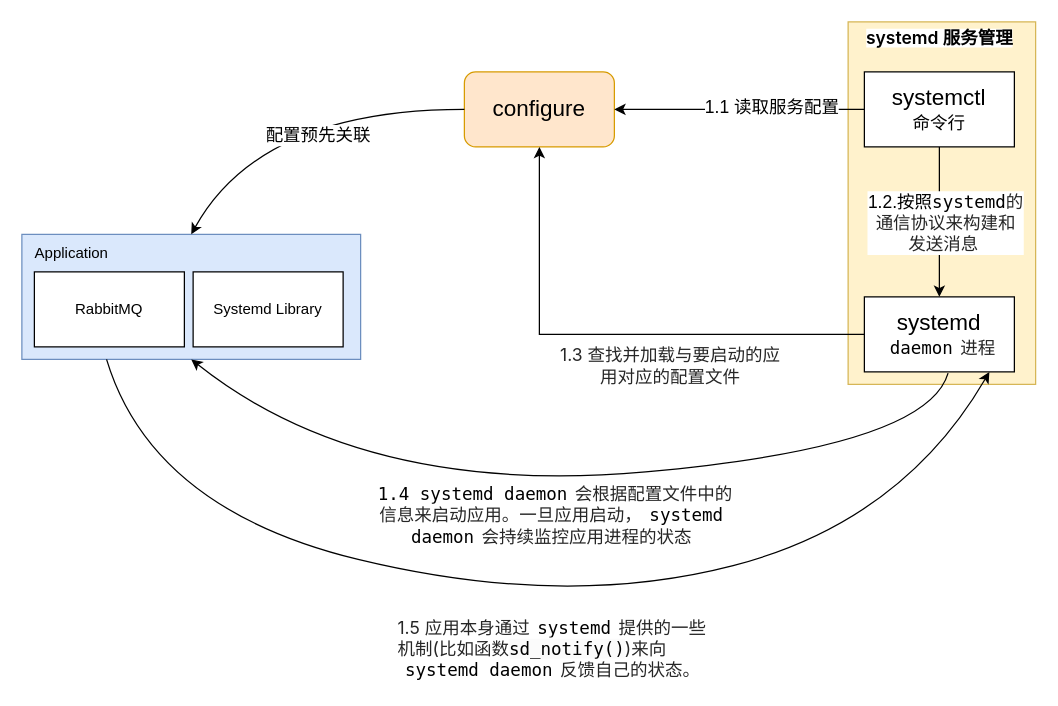
This is systemd.drawio from hzsunzixiang/draw.io, a draw.io file, before an edit. Source tidied: cells renumbered, new cells numbered last; positions are measured from the earlier drawing's top-left corner, leaving out a move shared by most shapes. Both pictures are drawn from the tidied source at 125%, with x=0, y=0 at pixel (21, 21).
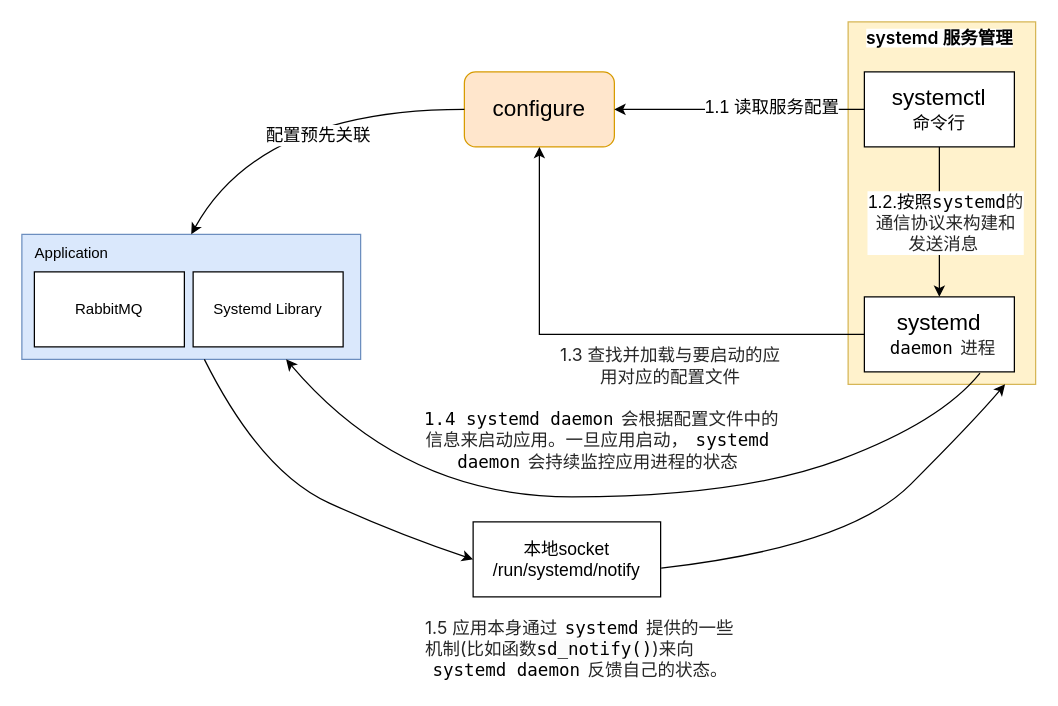
The same diagram, later.

The change refers to these unchanged cells:
```xml
<mxCell id="2" style="rounded=0;whiteSpace=wrap;html=1;fillColor=#fff2cc;strokeColor=#d6b656;" parent="1" vertex="1">
  <mxGeometry x="661" width="150" height="290" as="geometry" />
</mxCell>
<mxCell id="4" value="&lt;font style=&quot;font-size: 18px;&quot;&gt;systemd&lt;/font&gt;&lt;div&gt;&lt;font style=&quot;font-size: 14px;&quot;&gt;&lt;code style=&quot;-webkit-font-smoothing: antialiased; box-sizing: border-box; -webkit-tap-highlight-color: rgba(0, 0, 0, 0); background: var(--color-inline-code-background); border-radius: 4px; color: initial; margin: 0px 2px; font-family: Menlo, Monaco, Consolas, &amp;quot;Courier New&amp;quot;, monospace; padding: 2px 4px; overflow-anchor: auto; text-align: left;&quot;&gt;daemon&lt;/code&gt;&lt;span style=&quot;color: rgba(0, 0, 0, 0.85); font-family: Inter, -apple-system, &amp;quot;system-ui&amp;quot;, &amp;quot;Segoe UI&amp;quot;, &amp;quot;SF Pro SC&amp;quot;, &amp;quot;SF Pro Display&amp;quot;, &amp;quot;SF Pro Icons&amp;quot;, &amp;quot;PingFang SC&amp;quot;, &amp;quot;Hiragino Sans GB&amp;quot;, &amp;quot;Microsoft YaHei&amp;quot;, &amp;quot;Helvetica Neue&amp;quot;, Helvetica, Arial, sans-serif; text-align: left; background-color: rgb(255, 255, 255);&quot;&gt;进程&lt;/span&gt;&lt;/font&gt;&lt;/div&gt;" style="rounded=0;whiteSpace=wrap;html=1;" parent="1" vertex="1">
  <mxGeometry x="674" y="220" width="120" height="60" as="geometry" />
</mxCell>
<mxCell id="5" style="rounded=0;whiteSpace=wrap;html=1;fillColor=#dae8fc;strokeColor=#6c8ebf;" parent="1" vertex="1">
  <mxGeometry y="170" width="271" height="100" as="geometry" />
</mxCell>
```

The edit, as a diff of the source:
```diff
@@
     <mxCell id="15" value="&lt;font style=&quot;font-size: 14px;&quot;&gt;&lt;font style=&quot;&quot;&gt;&lt;font style=&quot;&quot;&gt;&lt;code style=&quot;-webkit-font-smoothing: antialiased; box-sizing: border-box; -webkit-tap-highlight-color: rgba(0, 0, 0, 0); background: var(--color-inline-code-background); border-radius: 4px; color: initial; margin: 0px 2px; font-family: Menlo, Monaco, Consolas, &amp;quot;Courier New&amp;quot;, monospace; padding: 2px 4px; overflow-anchor: auto; text-align: left;&quot;&gt;1.4 systemd daemon&lt;/code&gt;&lt;/font&gt;&lt;span style=&quot;color: rgba(0, 0, 0, 0.85); font-family: Inter, -apple-system, &amp;quot;system-ui&amp;quot;, &amp;quot;Segoe UI&amp;quot;, &amp;quot;SF Pro SC&amp;quot;, &amp;quot;SF Pro Display&amp;quot;, &amp;quot;SF Pro Icons&amp;quot;, &amp;quot;PingFang SC&amp;quot;, &amp;quot;Hiragino Sans GB&amp;quot;, &amp;quot;Microsoft YaHei&amp;quot;, &amp;quot;Helvetica Neue&amp;quot;, Helvetica, Arial, sans-serif; text-align: left; background-color: rgb(255, 255, 255);&quot;&gt;会根据配置文件中的信息来启动应用。&lt;/span&gt;&lt;/font&gt;&lt;span style=&quot;background-color: light-dark(rgb(255, 255, 255), rgb(18, 18, 18)); color: light-dark(rgba(0, 0, 0, 0.85), rgb(237, 237, 237)); font-family: Inter, -apple-system, &amp;quot;system-ui&amp;quot;, &amp;quot;Segoe UI&amp;quot;, &amp;quot;SF Pro SC&amp;quot;, &amp;quot;SF Pro Display&amp;quot;, &amp;quot;SF Pro Icons&amp;quot;, &amp;quot;PingFang SC&amp;quot;, &amp;quot;Hiragino Sans GB&amp;quot;, &amp;quot;Microsoft YaHei&amp;quot;, &amp;quot;Helvetica Neue&amp;quot;, Helvetica, Arial, sans-serif; text-align: left;&quot;&gt;一旦应用启动，&lt;/span&gt;&lt;code style=&quot;background: var(--color-inline-code-background); text-align: left; -webkit-font-smoothing: antialiased; box-sizing: border-box; -webkit-tap-highlight-color: rgba(0, 0, 0, 0); border-radius: 4px; color: initial; margin: 0px 2px; font-family: Menlo, Monaco, Consolas, &amp;quot;Courier New&amp;quot;, monospace; padding: 2px 4px; overflow-anchor: auto;&quot;&gt;systemd daemon&lt;/code&gt;&lt;span style=&quot;background-color: light-dark(rgb(255, 255, 255), rgb(18, 18, 18)); color: light-dark(rgba(0, 0, 0, 0.85), rgb(237, 237, 237)); font-family: Inter, -apple-system, &amp;quot;system-ui&amp;quot;, &amp;quot;Segoe UI&amp;quot;, &amp;quot;SF Pro SC&amp;quot;, &amp;quot;SF Pro Display&amp;quot;, &amp;quot;SF Pro Icons&amp;quot;, &amp;quot;PingFang SC&amp;quot;, &amp;quot;Hiragino Sans GB&amp;quot;, &amp;quot;Microsoft YaHei&amp;quot;, &amp;quot;Helvetica Neue&amp;quot;, Helvetica, Arial, sans-serif; text-align: left;&quot;&gt;会持续监控应用进程的状态&lt;/span&gt;&lt;/font&gt;" style="text;html=1;align=center;verticalAlign=middle;whiteSpace=wrap;rounded=0;" parent="1" vertex="1">
-      <mxGeometry x="274" y="360" width="300" height="70" as="geometry" />
+      <mxGeometry x="311" y="300" width="300" height="70" as="geometry" />
     </mxCell>
-    <mxCell id="16" style="curved=1;endArrow=classic;html=1;rounded=0;exitX=0.558;exitY=1.017;exitDx=0;exitDy=0;exitPerimeter=0;entryX=0.5;entryY=1;entryDx=0;entryDy=0;" parent="1" edge="1" source="4" target="5">
+    <mxCell id="16" style="curved=1;endArrow=classic;html=1;rounded=0;exitX=0.558;exitY=1.017;exitDx=0;exitDy=0;exitPerimeter=0;entryX=0.78;entryY=1;entryDx=0;entryDy=0;entryPerimeter=0;" parent="1" edge="1" target="5">
       <mxGeometry relative="1" as="geometry">
+        <mxPoint x="766.5" y="281" as="sourcePoint" />
         <Array as="points">
-          <mxPoint x="724" y="340" />
-          <mxPoint x="274" y="380" />
+          <mxPoint x="735" y="320" />
+          <mxPoint x="575" y="380" />
+          <mxPoint x="305" y="380" />
         </Array>
       </mxGeometry>
     </mxCell>
     <mxCell id="17" value="&lt;font style=&quot;font-size: 14px;&quot;&gt;&lt;span style=&quot;color: rgba(0, 0, 0, 0.85); font-family: Inter, -apple-system, &amp;quot;system-ui&amp;quot;, &amp;quot;Segoe UI&amp;quot;, &amp;quot;SF Pro SC&amp;quot;, &amp;quot;SF Pro Display&amp;quot;, &amp;quot;SF Pro Icons&amp;quot;, &amp;quot;PingFang SC&amp;quot;, &amp;quot;Hiragino Sans GB&amp;quot;, &amp;quot;Microsoft YaHei&amp;quot;, &amp;quot;Helvetica Neue&amp;quot;, Helvetica, Arial, sans-serif; font-style: normal; font-variant-ligatures: normal; font-variant-caps: normal; font-weight: 400; letter-spacing: normal; orphans: 2; text-align: left; text-indent: 0px; text-transform: none; widows: 2; word-spacing: 0px; -webkit-text-stroke-width: 0px; white-space: normal; background-color: rgb(255, 255, 255); text-decoration-thickness: initial; text-decoration-style: initial; text-decoration-color: initial; float: none; display: inline !important;&quot;&gt;1.5 应用本身通过&lt;/span&gt;&lt;code style=&quot;-webkit-font-smoothing: antialiased; box-sizing: border-box; -webkit-tap-highlight-color: rgba(0, 0, 0, 0); background: var(--color-inline-code-background); border-radius: 4px; color: initial; margin: 0px 2px; font-family: Menlo, Monaco, Consolas, &amp;quot;Courier New&amp;quot;, monospace; padding: 2px 4px; overflow-anchor: auto; font-style: normal; font-variant-ligatures: normal; font-variant-caps: normal; font-weight: 400; letter-spacing: normal; orphans: 2; text-align: left; text-indent: 0px; text-transform: none; widows: 2; word-spacing: 0px; -webkit-text-stroke-width: 0px; white-space: normal; text-decoration-thickness: initial; text-decoration-style: initial; text-decoration-color: initial;&quot;&gt;systemd&lt;/code&gt;&lt;span style=&quot;color: rgba(0, 0, 0, 0.85); font-family: Inter, -apple-system, &amp;quot;system-ui&amp;quot;, &amp;quot;Segoe UI&amp;quot;, &amp;quot;SF Pro SC&amp;quot;, &amp;quot;SF Pro Display&amp;quot;, &amp;quot;SF Pro Icons&amp;quot;, &amp;quot;PingFang SC&amp;quot;, &amp;quot;Hiragino Sans GB&amp;quot;, &amp;quot;Microsoft YaHei&amp;quot;, &amp;quot;Helvetica Neue&amp;quot;, Helvetica, Arial, sans-serif; font-style: normal; font-variant-ligatures: normal; font-variant-caps: normal; font-weight: 400; letter-spacing: normal; orphans: 2; text-align: left; text-indent: 0px; text-transform: none; widows: 2; word-spacing: 0px; -webkit-text-stroke-width: 0px; white-space: normal; background-color: rgb(255, 255, 255); text-decoration-thickness: initial; text-decoration-style: initial; text-decoration-color: initial; float: none; display: inline !important;&quot;&gt;提供的一些机制(比如函数&lt;span style=&quot;color: rgb(0, 0, 0); font-family: Menlo, Monaco, Consolas, &amp;quot;Courier New&amp;quot;, monospace; background-color: rgb(251, 251, 251);&quot;&gt;sd_notify()&lt;/span&gt;)来向&lt;/span&gt;&lt;code style=&quot;-webkit-font-smoothing: antialiased; box-sizing: border-box; -webkit-tap-highlight-color: rgba(0, 0, 0, 0); background: var(--color-inline-code-background); border-radius: 4px; color: initial; margin: 0px 2px; font-family: Menlo, Monaco, Consolas, &amp;quot;Courier New&amp;quot;, monospace; padding: 2px 4px; overflow-anchor: auto; font-style: normal; font-variant-ligatures: normal; font-variant-caps: normal; font-weight: 400; letter-spacing: normal; orphans: 2; text-align: left; text-indent: 0px; text-transform: none; widows: 2; word-spacing: 0px; -webkit-text-stroke-width: 0px; white-space: normal; text-decoration-thickness: initial; text-decoration-style: initial; text-decoration-color: initial;&quot;&gt;systemd daemon&lt;/code&gt;&lt;span style=&quot;color: rgba(0, 0, 0, 0.85); font-family: Inter, -apple-system, &amp;quot;system-ui&amp;quot;, &amp;quot;Segoe UI&amp;quot;, &amp;quot;SF Pro SC&amp;quot;, &amp;quot;SF Pro Display&amp;quot;, &amp;quot;SF Pro Icons&amp;quot;, &amp;quot;PingFang SC&amp;quot;, &amp;quot;Hiragino Sans GB&amp;quot;, &amp;quot;Microsoft YaHei&amp;quot;, &amp;quot;Helvetica Neue&amp;quot;, Helvetica, Arial, sans-serif; font-style: normal; font-variant-ligatures: normal; font-variant-caps: normal; font-weight: 400; letter-spacing: normal; orphans: 2; text-align: left; text-indent: 0px; text-transform: none; widows: 2; word-spacing: 0px; -webkit-text-stroke-width: 0px; white-space: normal; background-color: rgb(255, 255, 255); text-decoration-thickness: initial; text-decoration-style: initial; text-decoration-color: initial; float: none; display: inline !important;&quot;&gt;反馈自己的状态。&lt;/span&gt;&lt;/font&gt;" style="text;whiteSpace=wrap;html=1;" parent="1" vertex="1">
-      <mxGeometry x="299" y="470" width="250" height="60" as="geometry" />
+      <mxGeometry x="321" y="470" width="250" height="60" as="geometry" />
     </mxCell>
-    <mxCell id="18" style="curved=1;endArrow=classic;html=1;rounded=0;entryX=0.75;entryY=1;entryDx=0;entryDy=0;exitX=0.25;exitY=1;exitDx=0;exitDy=0;" parent="1" edge="1" source="5">
-      <mxGeometry relative="1" as="geometry">
-        <mxPoint x="774" y="280" as="targetPoint" />
-        <Array as="points">
-          <mxPoint x="104" y="390" />
-          <mxPoint x="434" y="470" />
-          <mxPoint x="704" y="400" />
-        </Array>
-      </mxGeometry>
-    </mxCell>
@@
+    <mxCell id="23" value="本地socket&lt;div&gt;/run/systemd/notify&lt;/div&gt;" style="rounded=0;whiteSpace=wrap;html=1;fontSize=14;" parent="1" vertex="1">
+      <mxGeometry x="361" y="400" width="150" height="60" as="geometry" />
+    </mxCell>
+    <mxCell id="24" style="curved=1;endArrow=classic;html=1;rounded=0;entryX=0;entryY=0.5;entryDx=0;entryDy=0;" parent="1" edge="1" target="23">
+      <mxGeometry relative="1" as="geometry">
+        <mxPoint x="146" y="270" as="sourcePoint" />
+        <Array as="points">
+          <mxPoint x="191" y="360" />
+          <mxPoint x="301" y="410" />
+        </Array>
+      </mxGeometry>
+    </mxCell>
+    <mxCell id="25" style="curved=1;endArrow=classic;html=1;rounded=0;exitX=1.003;exitY=0.617;exitDx=0;exitDy=0;exitPerimeter=0;entryX=0.837;entryY=1;entryDx=0;entryDy=0;entryPerimeter=0;" parent="1" edge="1" source="23" target="2">
+      <mxGeometry relative="1" as="geometry">
+        <Array as="points">
+          <mxPoint x="661" y="420" />
+          <mxPoint x="761" y="320" />
+        </Array>
+      </mxGeometry>
+    </mxCell>
```
